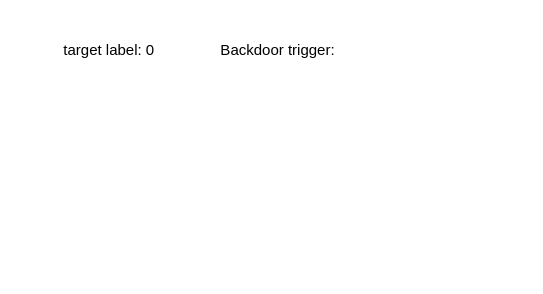
Earlier version of the draw.io diagram drawio/BadNets.drawio (ShizhongP/dl-notes). Source tidied: cells renumbered, new cells numbered last; positions are measured from the earlier drawing's top-left corner, leaving out a move shared by most shapes. Both pictures are drawn from the tidied source at 125%, with x=0, y=0 at pixel (34, 31). Pictures stored in the file or linked from it are replaced by grey dashed boxes.
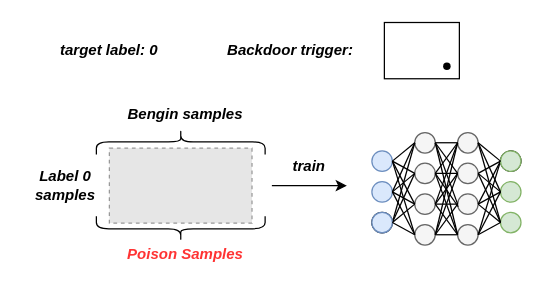
The same page after the edit.

Diff of the diagram source:
```diff
@@
-    <mxCell id="2" value="target label: 0" style="text;html=1;align=center;verticalAlign=middle;whiteSpace=wrap;rounded=0;" parent="1" vertex="1">
+    <mxCell id="2" value="&lt;b&gt;&lt;i&gt;target label: 0&lt;/i&gt;&lt;/b&gt;" style="text;html=1;align=center;verticalAlign=middle;whiteSpace=wrap;rounded=0;" parent="1" vertex="1">
       <mxGeometry width="120" height="30" as="geometry" />
     </mxCell>
-    <mxCell id="3" value="Backdoor trigger:" style="text;html=1;align=center;verticalAlign=middle;whiteSpace=wrap;rounded=0;" parent="1" vertex="1">
-      <mxGeometry x="140" width="110" height="30" as="geometry" />
+    <mxCell id="3" value="&lt;b&gt;&lt;i&gt;Backdoor trigger:&lt;/i&gt;&lt;/b&gt;" style="text;html=1;align=center;verticalAlign=middle;whiteSpace=wrap;rounded=0;" parent="1" vertex="1">
+      <mxGeometry x="140" width="130" height="30" as="geometry" />
     </mxCell>
+    <mxCell id="4" style="rounded=0;whiteSpace=wrap;html=1;" parent="1" vertex="1">
+      <mxGeometry x="280" y="-7.5" width="60" height="45" as="geometry" />
+    </mxCell>
+    <mxCell id="5" style="shape=waypoint;sketch=0;fillStyle=solid;size=6;fillColor=none;perimeter=centerPerimeter;" parent="1" vertex="1">
+      <mxGeometry x="320" y="17.5" width="20" height="20" as="geometry" />
+    </mxCell>
+    <mxCell id="6" style="fillColor=#E6E6E6;strokeColor=#999999;dashed=1;verticalLabelPosition=bottom;labelBackgroundColor=default;verticalAlign=top;" parent="1" vertex="1">
+      <mxGeometry x="60" y="93" width="114.1" height="60" as="geometry" />
+    </mxCell>
+    <mxCell id="7" value="&lt;b&gt;&lt;i&gt;Label 0 samples&lt;/i&gt;&lt;/b&gt;" style="text;html=1;align=center;verticalAlign=middle;whiteSpace=wrap;rounded=0;" parent="1" vertex="1">
+      <mxGeometry x="-10" y="90.5" width="70" height="65" as="geometry" />
+    </mxCell>
+    <mxCell id="8" style="shape=curlyBracket;whiteSpace=wrap;html=1;rounded=1;labelPosition=left;verticalLabelPosition=middle;align=right;verticalAlign=middle;rotation=90;" parent="1" vertex="1">
+      <mxGeometry x="107.1" y="20.5" width="20" height="135" as="geometry" />
+    </mxCell>
+    <mxCell id="9" value="&lt;b&gt;&lt;i&gt;Bengin samples&lt;/i&gt;&lt;/b&gt;" style="text;html=1;align=center;verticalAlign=middle;whiteSpace=wrap;rounded=0;" parent="1" vertex="1">
+      <mxGeometry x="68.3" y="50.5" width="105.9" height="30" as="geometry" />
+    </mxCell>
+    <mxCell id="10" style="shape=curlyBracket;whiteSpace=wrap;html=1;rounded=1;labelPosition=left;verticalLabelPosition=middle;align=right;verticalAlign=middle;rotation=-90;" parent="1" vertex="1">
+      <mxGeometry x="107.1" y="90" width="20" height="135" as="geometry" />
+    </mxCell>
+    <mxCell id="11" value="&lt;b&gt;&lt;i&gt;&lt;font color=&quot;#ff3333&quot;&gt;Poison Samples&lt;/font&gt;&lt;/i&gt;&lt;/b&gt;" style="text;html=1;align=center;verticalAlign=middle;whiteSpace=wrap;rounded=0;" parent="1" vertex="1">
+      <mxGeometry x="61.2" y="163" width="120" height="30" as="geometry" />
+    </mxCell>
+    <mxCell id="12" value="&lt;i&gt;&lt;b&gt;train&lt;/b&gt;&lt;/i&gt;" style="text;html=1;align=center;verticalAlign=middle;whiteSpace=wrap;rounded=0;" parent="1" vertex="1">
+      <mxGeometry x="190" y="93" width="60" height="30" as="geometry" />
+    </mxCell>
+    <mxCell id="13" style="endArrow=classic;html=1;rounded=0;" parent="1" edge="1">
+      <mxGeometry relative="1" as="geometry">
+        <mxPoint x="190" y="123" as="sourcePoint" />
+        <mxPoint x="250" y="123" as="targetPoint" />
+      </mxGeometry>
+    </mxCell>
+    <mxCell id="14" style="group;" parent="1" vertex="1">
+      <mxGeometry x="270" y="80.5" width="120" height="90" as="geometry" />
+    </mxCell>
+    <mxCell id="15" style="ellipse;whiteSpace=wrap;html=1;fillColor=#dae8fc;strokeColor=#6c8ebf;" parent="14" vertex="1">
+      <mxGeometry y="14.7" width="16.4" height="16.4" as="geometry" />
+    </mxCell>
+    <mxCell id="16" style="ellipse;whiteSpace=wrap;html=1;fillColor=#dae8fc;strokeColor=#6c8ebf;" parent="14" vertex="1">
+      <mxGeometry y="39.3" width="16.4" height="16.4" as="geometry" />
+    </mxCell>
+    <mxCell id="17" style="ellipse;whiteSpace=wrap;html=1;" parent="14" vertex="1">
+      <mxGeometry y="63.8" width="16.4" height="16.4" as="geometry" />
+    </mxCell>
+    <mxCell id="18" style="ellipse;whiteSpace=wrap;html=1;fillColor=#f5f5f5;fontColor=#333333;strokeColor=#666666;" parent="14" vertex="1">
+      <mxGeometry x="34.3" width="16.4" height="16.4" as="geometry" />
+    </mxCell>
+    <mxCell id="19" style="ellipse;whiteSpace=wrap;html=1;fillColor=#f5f5f5;fontColor=#333333;strokeColor=#666666;" parent="14" vertex="1">
+      <mxGeometry x="34.3" y="24.5" width="16.4" height="16.4" as="geometry" />
+    </mxCell>
+    <mxCell id="20" style="ellipse;whiteSpace=wrap;html=1;fillColor=#f5f5f5;fontColor=#333333;strokeColor=#666666;" parent="14" vertex="1">
+      <mxGeometry x="34.3" y="49.1" width="16.4" height="16.4" as="geometry" />
+    </mxCell>
+    <mxCell id="21" style="ellipse;whiteSpace=wrap;html=1;fillColor=#f5f5f5;fontColor=#333333;strokeColor=#666666;" parent="14" vertex="1">
+      <mxGeometry x="34.3" y="73.6" width="16.4" height="16.4" as="geometry" />
+    </mxCell>
+    <mxCell id="22" style="endArrow=none;html=1;rounded=0;exitX=1;exitY=0.5;exitDx=0;exitDy=0;entryX=0;entryY=0.5;entryDx=0;entryDy=0;" parent="14" edge="1" source="15" target="18">
+      <mxGeometry relative="1" as="geometry" />
+    </mxCell>
+    <mxCell id="23" style="endArrow=none;html=1;rounded=0;exitX=1;exitY=0.5;exitDx=0;exitDy=0;entryX=0;entryY=0.5;entryDx=0;entryDy=0;" parent="14" edge="1" source="15" target="19">
+      <mxGeometry relative="1" as="geometry" />
+    </mxCell>
+    <mxCell id="24" style="endArrow=none;html=1;rounded=0;exitX=1;exitY=0.5;exitDx=0;exitDy=0;entryX=0;entryY=0.5;entryDx=0;entryDy=0;" parent="14" edge="1" source="15" target="20">
+      <mxGeometry relative="1" as="geometry" />
+    </mxCell>
+    <mxCell id="25" style="endArrow=none;html=1;rounded=0;exitX=1;exitY=0.5;exitDx=0;exitDy=0;entryX=0;entryY=0.5;entryDx=0;entryDy=0;" parent="14" edge="1" source="15" target="21">
+      <mxGeometry relative="1" as="geometry" />
+    </mxCell>
+    <mxCell id="26" style="endArrow=none;html=1;rounded=0;exitX=1;exitY=0.5;exitDx=0;exitDy=0;entryX=0;entryY=0.5;entryDx=0;entryDy=0;" parent="14" edge="1" source="16" target="18">
+      <mxGeometry relative="1" as="geometry" />
+    </mxCell>
+    <mxCell id="27" style="endArrow=none;html=1;rounded=0;exitX=1;exitY=0.5;exitDx=0;exitDy=0;entryX=0;entryY=0.5;entryDx=0;entryDy=0;" parent="14" edge="1" source="16" target="19">
+      <mxGeometry relative="1" as="geometry" />
+    </mxCell>
+    <mxCell id="28" style="endArrow=none;html=1;rounded=0;entryX=0;entryY=0.5;entryDx=0;entryDy=0;exitX=1;exitY=0.5;exitDx=0;exitDy=0;" parent="14" edge="1" source="16" target="20">
+      <mxGeometry relative="1" as="geometry" />
+    </mxCell>
+    <mxCell id="29" style="endArrow=none;html=1;rounded=0;entryX=0;entryY=0.5;entryDx=0;entryDy=0;exitX=1;exitY=0.5;exitDx=0;exitDy=0;" parent="14" edge="1" source="16" target="21">
+      <mxGeometry relative="1" as="geometry" />
+    </mxCell>
+    <mxCell id="30" style="endArrow=none;html=1;rounded=0;exitX=1;exitY=0.5;exitDx=0;exitDy=0;entryX=0;entryY=0.5;entryDx=0;entryDy=0;" parent="14" edge="1" source="17" target="18">
+      <mxGeometry relative="1" as="geometry" />
+    </mxCell>
+    <mxCell id="31" style="endArrow=none;html=1;rounded=0;exitX=1;exitY=0.5;exitDx=0;exitDy=0;entryX=0;entryY=0.5;entryDx=0;entryDy=0;" parent="14" edge="1" source="17" target="19">
+      <mxGeometry relative="1" as="geometry" />
+    </mxCell>
+    <mxCell id="32" style="ellipse;whiteSpace=wrap;html=1;fillColor=#dae8fc;strokeColor=#6c8ebf;" parent="14" vertex="1">
+      <mxGeometry y="63.8" width="16.4" height="16.4" as="geometry" />
+    </mxCell>
+    <mxCell id="33" style="endArrow=none;html=1;rounded=0;exitX=1;exitY=0.5;exitDx=0;exitDy=0;entryX=0;entryY=0.5;entryDx=0;entryDy=0;" parent="14" edge="1" source="32" target="20">
+      <mxGeometry relative="1" as="geometry" />
+    </mxCell>
+    <mxCell id="34" style="endArrow=none;html=1;rounded=0;exitX=1;exitY=0.5;exitDx=0;exitDy=0;entryX=0;entryY=0.5;entryDx=0;entryDy=0;" parent="14" edge="1" source="32" target="21">
+      <mxGeometry relative="1" as="geometry" />
+    </mxCell>
+    <mxCell id="35" style="group;rotation=-180;" parent="14" vertex="1">
+      <mxGeometry x="68.6" width="51.4" height="90" as="geometry" />
+    </mxCell>
+    <mxCell id="36" style="ellipse;whiteSpace=wrap;html=1;rotation=-180;fillColor=#d5e8d4;strokeColor=#82b366;" parent="35" vertex="1">
+      <mxGeometry x="34.3" y="63.8" width="16.4" height="16.4" as="geometry" />
+    </mxCell>
+    <mxCell id="37" style="ellipse;whiteSpace=wrap;html=1;rotation=-180;fillColor=#d5e8d4;strokeColor=#82b366;" parent="35" vertex="1">
+      <mxGeometry x="34.3" y="39.3" width="16.4" height="16.4" as="geometry" />
+    </mxCell>
+    <mxCell id="38" style="ellipse;whiteSpace=wrap;html=1;rotation=-180;" parent="35" vertex="1">
+      <mxGeometry x="34.3" y="14.7" width="16.4" height="16.4" as="geometry" />
+    </mxCell>
+    <mxCell id="39" style="ellipse;whiteSpace=wrap;html=1;rotation=-180;fillColor=#f5f5f5;fontColor=#333333;strokeColor=#666666;" parent="35" vertex="1">
+      <mxGeometry y="73.6" width="16.4" height="16.4" as="geometry" />
+    </mxCell>
+    <mxCell id="40" style="ellipse;whiteSpace=wrap;html=1;rotation=-180;fillColor=#f5f5f5;fontColor=#333333;strokeColor=#666666;" parent="35" vertex="1">
+      <mxGeometry y="49.1" width="16.4" height="16.4" as="geometry" />
+    </mxCell>
+    <mxCell id="41" style="ellipse;whiteSpace=wrap;html=1;rotation=-180;fillColor=#f5f5f5;fontColor=#333333;strokeColor=#666666;" parent="35" vertex="1">
+      <mxGeometry y="24.5" width="16.4" height="16.4" as="geometry" />
+    </mxCell>
+    <mxCell id="42" style="ellipse;whiteSpace=wrap;html=1;rotation=-180;fillColor=#f5f5f5;fontColor=#333333;strokeColor=#666666;" parent="35" vertex="1">
+      <mxGeometry width="16.4" height="16.4" as="geometry" />
+    </mxCell>
+    <mxCell id="43" style="endArrow=none;html=1;rounded=0;exitX=1;exitY=0.5;exitDx=0;exitDy=0;entryX=0;entryY=0.5;entryDx=0;entryDy=0;" parent="35" edge="1" source="36" target="39">
+      <mxGeometry relative="1" as="geometry" />
+    </mxCell>
+    <mxCell id="44" style="endArrow=none;html=1;rounded=0;exitX=1;exitY=0.5;exitDx=0;exitDy=0;entryX=0;entryY=0.5;entryDx=0;entryDy=0;" parent="35" edge="1" source="36" target="40">
+      <mxGeometry relative="1" as="geometry" />
+    </mxCell>
+    <mxCell id="45" style="endArrow=none;html=1;rounded=0;exitX=1;exitY=0.5;exitDx=0;exitDy=0;entryX=0;entryY=0.5;entryDx=0;entryDy=0;" parent="35" edge="1" source="36" target="41">
+      <mxGeometry relative="1" as="geometry" />
+    </mxCell>
+    <mxCell id="46" style="endArrow=none;html=1;rounded=0;exitX=1;exitY=0.5;exitDx=0;exitDy=0;entryX=0;entryY=0.5;entryDx=0;entryDy=0;" parent="35" edge="1" source="36" target="42">
+      <mxGeometry relative="1" as="geometry" />
+    </mxCell>
+    <mxCell id="47" style="endArrow=none;html=1;rounded=0;exitX=1;exitY=0.5;exitDx=0;exitDy=0;entryX=0;entryY=0.5;entryDx=0;entryDy=0;" parent="35" edge="1" source="37" target="39">
+      <mxGeometry relative="1" as="geometry" />
+    </mxCell>
+    <mxCell id="48" style="endArrow=none;html=1;rounded=0;exitX=1;exitY=0.5;exitDx=0;exitDy=0;entryX=0;entryY=0.5;entryDx=0;entryDy=0;" parent="35" edge="1" source="37" target="40">
+      <mxGeometry relative="1" as="geometry" />
+    </mxCell>
+    <mxCell id="49" style="endArrow=none;html=1;rounded=0;entryX=0;entryY=0.5;entryDx=0;entryDy=0;exitX=1;exitY=0.5;exitDx=0;exitDy=0;" parent="35" edge="1" source="37" target="41">
+      <mxGeometry relative="1" as="geometry" />
+    </mxCell>
+    <mxCell id="50" style="endArrow=none;html=1;rounded=0;entryX=0;entryY=0.5;entryDx=0;entryDy=0;exitX=1;exitY=0.5;exitDx=0;exitDy=0;" parent="35" edge="1" source="37" target="42">
+      <mxGeometry relative="1" as="geometry" />
+    </mxCell>
+    <mxCell id="51" style="endArrow=none;html=1;rounded=0;exitX=1;exitY=0.5;exitDx=0;exitDy=0;entryX=0;entryY=0.5;entryDx=0;entryDy=0;" parent="35" edge="1" source="38" target="39">
+      <mxGeometry relative="1" as="geometry" />
+    </mxCell>
+    <mxCell id="52" style="endArrow=none;html=1;rounded=0;exitX=1;exitY=0.5;exitDx=0;exitDy=0;entryX=0;entryY=0.5;entryDx=0;entryDy=0;" parent="35" edge="1" source="38" target="40">
+      <mxGeometry relative="1" as="geometry" />
+    </mxCell>
+    <mxCell id="53" style="ellipse;whiteSpace=wrap;html=1;rotation=-180;fillColor=#d5e8d4;strokeColor=#82b366;" parent="35" vertex="1">
+      <mxGeometry x="34.3" y="14.7" width="16.4" height="16.4" as="geometry" />
+    </mxCell>
+    <mxCell id="54" style="endArrow=none;html=1;rounded=0;exitX=1;exitY=0.5;exitDx=0;exitDy=0;entryX=0;entryY=0.5;entryDx=0;entryDy=0;" parent="35" edge="1" source="53" target="41">
+      <mxGeometry relative="1" as="geometry" />
+    </mxCell>
+    <mxCell id="55" style="endArrow=none;html=1;rounded=0;exitX=1;exitY=0.5;exitDx=0;exitDy=0;entryX=0;entryY=0.5;entryDx=0;entryDy=0;" parent="35" edge="1" source="53" target="42">
+      <mxGeometry relative="1" as="geometry" />
+    </mxCell>
+    <mxCell id="56" style="endArrow=none;html=1;rounded=0;exitX=1;exitY=0.5;exitDx=0;exitDy=0;entryX=1;entryY=0.5;entryDx=0;entryDy=0;" parent="14" edge="1" source="18" target="42">
+      <mxGeometry relative="1" as="geometry" />
+    </mxCell>
+    <mxCell id="57" style="endArrow=none;html=1;rounded=0;exitX=1;exitY=0.5;exitDx=0;exitDy=0;entryX=1;entryY=0.5;entryDx=0;entryDy=0;" parent="14" edge="1" source="18" target="41">
+      <mxGeometry relative="1" as="geometry" />
+    </mxCell>
+    <mxCell id="58" style="endArrow=none;html=1;rounded=0;exitX=1;exitY=0.5;exitDx=0;exitDy=0;entryX=1;entryY=0.5;entryDx=0;entryDy=0;" parent="14" edge="1" source="18" target="40">
+      <mxGeometry relative="1" as="geometry" />
+    </mxCell>
+    <mxCell id="59" style="endArrow=none;html=1;rounded=0;exitX=1;exitY=0.5;exitDx=0;exitDy=0;entryX=1;entryY=0.5;entryDx=0;entryDy=0;" parent="14" edge="1" source="18" target="39">
+      <mxGeometry relative="1" as="geometry" />
+    </mxCell>
+    <mxCell id="60" style="endArrow=none;html=1;rounded=0;exitX=1;exitY=0.5;exitDx=0;exitDy=0;entryX=1;entryY=0.5;entryDx=0;entryDy=0;" parent="14" edge="1" source="19" target="42">
+      <mxGeometry relative="1" as="geometry" />
+    </mxCell>
+    <mxCell id="61" style="endArrow=none;html=1;rounded=0;exitX=1;exitY=0.5;exitDx=0;exitDy=0;entryX=1;entryY=0.5;entryDx=0;entryDy=0;" parent="14" edge="1" source="19" target="41">
+      <mxGeometry relative="1" as="geometry" />
+    </mxCell>
+    <mxCell id="62" style="endArrow=none;html=1;rounded=0;exitX=1;exitY=0.5;exitDx=0;exitDy=0;entryX=0.972;entryY=0.372;entryDx=0;entryDy=0;entryPerimeter=0;" parent="14" edge="1" source="19" target="40">
+      <mxGeometry relative="1" as="geometry" />
+    </mxCell>
+    <mxCell id="63" style="endArrow=none;html=1;rounded=0;exitX=1;exitY=0.5;exitDx=0;exitDy=0;entryX=1;entryY=0.5;entryDx=0;entryDy=0;" parent="14" edge="1" source="19" target="39">
+      <mxGeometry relative="1" as="geometry" />
+    </mxCell>
+    <mxCell id="64" style="endArrow=none;html=1;rounded=0;exitX=1;exitY=0.5;exitDx=0;exitDy=0;entryX=1;entryY=0.5;entryDx=0;entryDy=0;" parent="14" edge="1" source="20" target="42">
+      <mxGeometry relative="1" as="geometry" />
+    </mxCell>
+    <mxCell id="65" style="endArrow=none;html=1;rounded=0;exitX=1;exitY=0.5;exitDx=0;exitDy=0;entryX=1;entryY=0.5;entryDx=0;entryDy=0;" parent="14" edge="1" source="20" target="41">
+      <mxGeometry relative="1" as="geometry" />
+    </mxCell>
+    <mxCell id="66" style="endArrow=none;html=1;rounded=0;exitX=1;exitY=0.5;exitDx=0;exitDy=0;entryX=1;entryY=0.5;entryDx=0;entryDy=0;" parent="14" edge="1" source="20" target="40">
+      <mxGeometry relative="1" as="geometry" />
+    </mxCell>
+    <mxCell id="67" style="endArrow=none;html=1;rounded=0;exitX=1;exitY=0.5;exitDx=0;exitDy=0;entryX=1;entryY=0.5;entryDx=0;entryDy=0;" parent="14" edge="1" source="20" target="39">
+      <mxGeometry relative="1" as="geometry" />
+    </mxCell>
+    <mxCell id="68" style="endArrow=none;html=1;rounded=0;exitX=1;exitY=0.5;exitDx=0;exitDy=0;entryX=1;entryY=0.5;entryDx=0;entryDy=0;" parent="14" edge="1" source="21" target="39">
+      <mxGeometry relative="1" as="geometry" />
+    </mxCell>
+    <mxCell id="69" style="endArrow=none;html=1;rounded=0;exitX=1;exitY=0.5;exitDx=0;exitDy=0;entryX=1;entryY=0.5;entryDx=0;entryDy=0;" parent="14" edge="1" source="21" target="40">
+      <mxGeometry relative="1" as="geometry" />
+    </mxCell>
+    <mxCell id="70" style="endArrow=none;html=1;rounded=0;exitX=1;exitY=0.5;exitDx=0;exitDy=0;entryX=1;entryY=0.5;entryDx=0;entryDy=0;" parent="14" edge="1" source="21" target="41">
+      <mxGeometry relative="1" as="geometry" />
+    </mxCell>
+    <mxCell id="71" style="endArrow=none;html=1;rounded=0;exitX=1;exitY=0.5;exitDx=0;exitDy=0;entryX=1;entryY=0.5;entryDx=0;entryDy=0;" parent="14" edge="1" source="21" target="42">
+      <mxGeometry relative="1" as="geometry" />
+    </mxCell>
```
